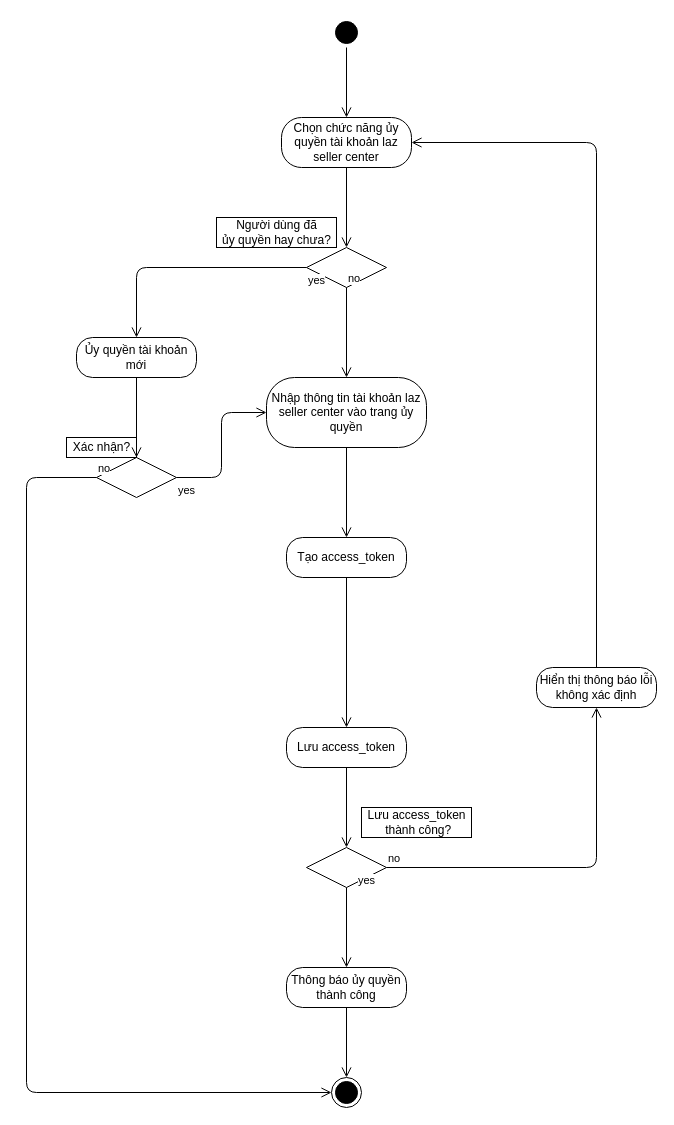
Earlier version of the draw.io diagram long/Activity_Diagram_Authorization.drawio (xxminhmie/override-project-document). Source tidied: cells renumbered, new cells numbered last; positions are measured from the earlier drawing's top-left corner, leaving out a move shared by most shapes. Both pictures are drawn from the tidied source at 100%, with x=0, y=0 at pixel (26, 17).
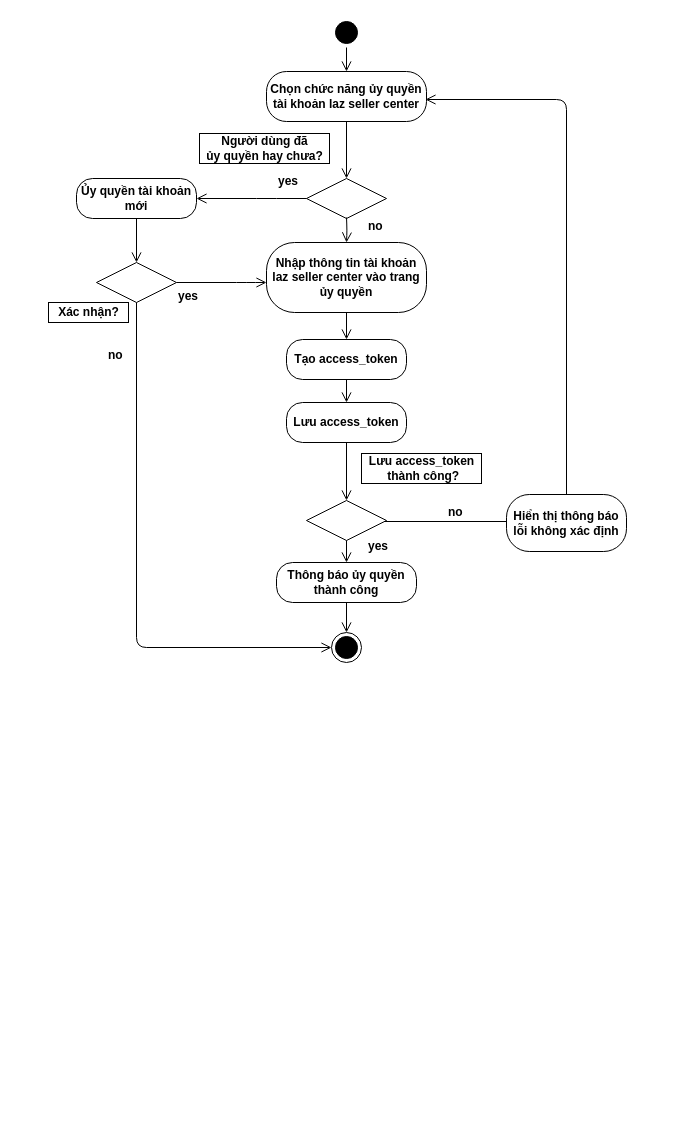
After the change.

What changed in the source:
```diff
@@
-    <mxCell id="2" style="ellipse;html=1;shape=startState;fillColor=#000000;" parent="1" vertex="1">
+    <mxCell id="2" style="ellipse;html=1;shape=startState;fillColor=#000000;fontSize=12;fontStyle=1;fontFamily=Helvetica;" parent="1" vertex="1">
       <mxGeometry x="305" width="30" height="30" as="geometry" />
     </mxCell>
-    <mxCell id="3" style="edgeStyle=orthogonalEdgeStyle;html=1;verticalAlign=bottom;endArrow=open;endSize=8;entryX=0.5;entryY=0;entryDx=0;entryDy=0;" parent="1" edge="1" source="2" target="5">
+    <mxCell id="3" style="edgeStyle=orthogonalEdgeStyle;html=1;verticalAlign=bottom;endArrow=open;endSize=8;entryX=0.5;entryY=0;entryDx=0;entryDy=0;fontSize=12;fontStyle=1;fontFamily=Helvetica;" parent="1" edge="1" source="2" target="5">
       <mxGeometry relative="1" as="geometry" />
     </mxCell>
-    <mxCell id="4" style="ellipse;html=1;shape=endState;fillColor=#000000;" parent="1" vertex="1">
-      <mxGeometry x="305" y="1060" width="30" height="30" as="geometry" />
-    </mxCell>
-    <mxCell id="5" value="Chọn chức năng ủy quyền tài khoản laz seller center" style="rounded=1;whiteSpace=wrap;html=1;arcSize=40;fontColor=#000000;fillColor=#FFFFFF;" parent="1" vertex="1">
-      <mxGeometry x="255" y="100" width="130" height="50" as="geometry" />
+    <mxCell id="5" value="Chọn chức năng ủy quyền tài khoản laz seller center" style="rounded=1;whiteSpace=wrap;html=1;arcSize=40;fontColor=#000000;fillColor=#FFFFFF;fontSize=12;fontStyle=1;fontFamily=Helvetica;" parent="1" vertex="1">
+      <mxGeometry x="240" y="54" width="160" height="50" as="geometry" />
     </mxCell>
-    <mxCell id="6" style="edgeStyle=orthogonalEdgeStyle;html=1;verticalAlign=bottom;endArrow=open;endSize=8;entryX=0.5;entryY=0;entryDx=0;entryDy=0;" parent="1" edge="1" source="5" target="7">
+    <mxCell id="6" style="edgeStyle=orthogonalEdgeStyle;html=1;verticalAlign=bottom;endArrow=open;endSize=8;entryX=0.5;entryY=0;entryDx=0;entryDy=0;fontSize=12;fontStyle=1;fontFamily=Helvetica;" parent="1" edge="1" source="5" target="7">
       <mxGeometry relative="1" as="geometry" />
     </mxCell>
-    <mxCell id="7" style="rhombus;whiteSpace=wrap;html=1;fillColor=#FFFFFF;" parent="1" vertex="1">
-      <mxGeometry x="280" y="230" width="80" height="40" as="geometry" />
+    <mxCell id="7" style="rhombus;whiteSpace=wrap;html=1;fillColor=#FFFFFF;fontSize=12;fontStyle=1;fontFamily=Helvetica;" parent="1" vertex="1">
+      <mxGeometry x="280" y="161" width="80" height="40" as="geometry" />
     </mxCell>
-    <mxCell id="8" value="no" style="edgeStyle=orthogonalEdgeStyle;html=1;align=left;verticalAlign=bottom;endArrow=open;endSize=8;" parent="1" edge="1" source="7" target="17">
-      <mxGeometry x="-1" relative="1" as="geometry" />
+    <mxCell id="8" value="no" style="edgeStyle=orthogonalEdgeStyle;html=1;align=left;verticalAlign=bottom;endArrow=open;endSize=8;fontSize=12;fontStyle=1;fontFamily=Helvetica;" parent="1" edge="1" target="17">
+      <mxGeometry x="0.5" y="20" relative="1" as="geometry">
+        <mxPoint x="320" y="200" as="sourcePoint" />
+      </mxGeometry>
     </mxCell>
-    <mxCell id="9" value="yes" style="edgeStyle=orthogonalEdgeStyle;html=1;align=left;verticalAlign=top;endArrow=open;endSize=8;entryX=0.5;entryY=0;entryDx=0;entryDy=0;" parent="1" edge="1" source="7" target="11">
-      <mxGeometry x="-1" relative="1" as="geometry" />
+    <mxCell id="9" value="yes" style="edgeStyle=orthogonalEdgeStyle;html=1;align=left;verticalAlign=top;endArrow=open;endSize=8;fontSize=12;fontStyle=1;fontFamily=Helvetica;" parent="1" edge="1" source="7">
+      <mxGeometry x="-0.45" y="-31" relative="1" as="geometry">
+        <mxPoint x="170" y="181" as="targetPoint" />
+        <Array as="points">
+          <mxPoint x="240" y="181" />
+          <mxPoint x="240" y="181" />
+        </Array>
+      </mxGeometry>
     </mxCell>
-    <mxCell id="10" value="Người dùng đã &lt;br&gt;ủy quyền hay chưa?" style="text;html=1;align=center;verticalAlign=middle;strokeColor=#000000;" parent="1" vertex="1">
-      <mxGeometry x="190" y="200" width="120" height="30" as="geometry" />
+    <mxCell id="10" value="Người dùng đã &lt;br style=&quot;font-size: 12px;&quot;&gt;ủy quyền hay chưa?" style="text;html=1;align=center;verticalAlign=middle;strokeColor=#000000;fontSize=12;fontStyle=1;fontFamily=Helvetica;" parent="1" vertex="1">
+      <mxGeometry x="173" y="116" width="130" height="30" as="geometry" />
     </mxCell>
-    <mxCell id="11" value="Ủy quyền tài khoản mới" style="rounded=1;whiteSpace=wrap;html=1;arcSize=40;fontColor=#000000;fillColor=#FFFFFF;" parent="1" vertex="1">
-      <mxGeometry x="50" y="320" width="120" height="40" as="geometry" />
+    <mxCell id="11" value="Ủy quyền tài khoản mới" style="rounded=1;whiteSpace=wrap;html=1;arcSize=40;fontColor=#000000;fillColor=#FFFFFF;fontSize=12;fontStyle=1;fontFamily=Helvetica;" parent="1" vertex="1">
+      <mxGeometry x="50" y="161" width="120" height="40" as="geometry" />
     </mxCell>
-    <mxCell id="12" style="edgeStyle=orthogonalEdgeStyle;html=1;verticalAlign=bottom;endArrow=open;endSize=8;" parent="1" edge="1" source="11" target="13">
+    <mxCell id="12" style="edgeStyle=orthogonalEdgeStyle;html=1;verticalAlign=bottom;endArrow=open;endSize=8;fontSize=12;fontStyle=1;fontFamily=Helvetica;" parent="1" edge="1" source="11" target="13">
       <mxGeometry relative="1" as="geometry" />
     </mxCell>
-    <mxCell id="13" style="rhombus;whiteSpace=wrap;html=1;fillColor=#FFFFFF;" parent="1" vertex="1">
-      <mxGeometry x="70" y="440" width="80" height="40" as="geometry" />
+    <mxCell id="13" style="rhombus;whiteSpace=wrap;html=1;fillColor=#FFFFFF;fontSize=12;fontStyle=1;fontFamily=Helvetica;" parent="1" vertex="1">
+      <mxGeometry x="70" y="245" width="80" height="40" as="geometry" />
     </mxCell>
-    <mxCell id="14" value="no" style="edgeStyle=orthogonalEdgeStyle;html=1;align=left;verticalAlign=bottom;endArrow=open;endSize=8;" parent="1" edge="1" source="13" target="4">
-      <mxGeometry x="-1" relative="1" as="geometry">
+    <mxCell id="14" value="no" style="edgeStyle=orthogonalEdgeStyle;html=1;align=left;verticalAlign=bottom;endArrow=open;endSize=8;fontSize=12;fontStyle=1;fontFamily=Helvetica;" parent="1" edge="1" source="13" target="4">
+      <mxGeometry x="-0.77" y="-30" relative="1" as="geometry">
         <Array as="points">
-          <mxPoint y="460" />
-          <mxPoint y="1075" />
+          <mxPoint x="110" y="630" />
         </Array>
       </mxGeometry>
     </mxCell>
-    <mxCell id="15" value="yes" style="edgeStyle=orthogonalEdgeStyle;html=1;align=left;verticalAlign=top;endArrow=open;endSize=8;entryX=0;entryY=0.5;entryDx=0;entryDy=0;" parent="1" edge="1" source="13" target="17">
-      <mxGeometry x="-1" relative="1" as="geometry" />
+    <mxCell id="15" value="yes" style="edgeStyle=orthogonalEdgeStyle;html=1;align=left;verticalAlign=top;endArrow=open;endSize=8;fontSize=12;fontStyle=1;fontFamily=Helvetica;" parent="1" edge="1" source="13">
+      <mxGeometry x="-1" relative="1" as="geometry">
+        <mxPoint x="240" y="265" as="targetPoint" />
+        <Array as="points">
+          <mxPoint x="220" y="265" />
+        </Array>
+      </mxGeometry>
     </mxCell>
-    <mxCell id="16" value="Xác nhận?" style="text;html=1;align=center;verticalAlign=middle;strokeColor=#000000;" parent="1" vertex="1">
-      <mxGeometry x="40" y="420" width="70" height="20" as="geometry" />
+    <mxCell id="16" value="Xác nhận?" style="text;html=1;align=center;verticalAlign=middle;strokeColor=#000000;fontSize=12;fontStyle=1;fontFamily=Helvetica;" parent="1" vertex="1">
+      <mxGeometry x="22" y="285" width="80" height="20" as="geometry" />
     </mxCell>
-    <mxCell id="17" value="Nhập thông tin tài khoản laz seller center vào trang ủy quyền" style="rounded=1;whiteSpace=wrap;html=1;arcSize=40;fontColor=#000000;fillColor=#FFFFFF;" parent="1" vertex="1">
-      <mxGeometry x="240" y="360" width="160" height="70" as="geometry" />
+    <mxCell id="17" value="Nhập thông tin tài khoản laz seller center vào trang ủy quyền" style="rounded=1;whiteSpace=wrap;html=1;arcSize=40;fontColor=#000000;fillColor=#FFFFFF;fontSize=12;fontStyle=1;fontFamily=Helvetica;" parent="1" vertex="1">
+      <mxGeometry x="240" y="225" width="160" height="70" as="geometry" />
     </mxCell>
-    <mxCell id="18" style="edgeStyle=orthogonalEdgeStyle;html=1;verticalAlign=bottom;endArrow=open;endSize=8;entryX=0.5;entryY=0;entryDx=0;entryDy=0;" parent="1" edge="1" source="17" target="19">
+    <mxCell id="18" style="edgeStyle=orthogonalEdgeStyle;html=1;verticalAlign=bottom;endArrow=open;endSize=8;entryX=0.5;entryY=0;entryDx=0;entryDy=0;fontSize=12;fontStyle=1;fontFamily=Helvetica;" parent="1" edge="1" source="17" target="19">
       <mxGeometry relative="1" as="geometry" />
     </mxCell>
-    <mxCell id="19" value="Tạo access_token" style="rounded=1;whiteSpace=wrap;html=1;arcSize=40;fontColor=#000000;fillColor=#FFFFFF;" parent="1" vertex="1">
-      <mxGeometry x="260" y="520" width="120" height="40" as="geometry" />
+    <mxCell id="19" value="Tạo access_token" style="rounded=1;whiteSpace=wrap;html=1;arcSize=40;fontColor=#000000;fillColor=#FFFFFF;fontSize=12;fontStyle=1;fontFamily=Helvetica;" parent="1" vertex="1">
+      <mxGeometry x="260" y="322" width="120" height="40" as="geometry" />
     </mxCell>
-    <mxCell id="20" style="edgeStyle=orthogonalEdgeStyle;html=1;verticalAlign=bottom;endArrow=open;endSize=8;" parent="1" edge="1" source="19" target="21">
+    <mxCell id="20" style="edgeStyle=orthogonalEdgeStyle;html=1;verticalAlign=bottom;endArrow=open;endSize=8;fontSize=12;fontStyle=1;fontFamily=Helvetica;" parent="1" edge="1" source="19" target="21">
       <mxGeometry relative="1" as="geometry" />
     </mxCell>
-    <mxCell id="21" value="Lưu access_token" style="rounded=1;whiteSpace=wrap;html=1;arcSize=40;fontColor=#000000;fillColor=#FFFFFF;" parent="1" vertex="1">
-      <mxGeometry x="260" y="710" width="120" height="40" as="geometry" />
+    <mxCell id="21" value="Lưu access_token" style="rounded=1;whiteSpace=wrap;html=1;arcSize=40;fontColor=#000000;fillColor=#FFFFFF;fontSize=12;fontStyle=1;fontFamily=Helvetica;" parent="1" vertex="1">
+      <mxGeometry x="260" y="385" width="120" height="40" as="geometry" />
     </mxCell>
-    <mxCell id="22" style="edgeStyle=orthogonalEdgeStyle;html=1;verticalAlign=bottom;endArrow=open;endSize=8;entryX=0.5;entryY=0;entryDx=0;entryDy=0;" parent="1" edge="1" source="21" target="23">
+    <mxCell id="22" style="edgeStyle=orthogonalEdgeStyle;html=1;verticalAlign=bottom;endArrow=open;endSize=8;entryX=0.5;entryY=0;entryDx=0;entryDy=0;fontSize=12;fontStyle=1;fontFamily=Helvetica;" parent="1" edge="1" source="21" target="23">
       <mxGeometry relative="1" as="geometry" />
     </mxCell>
-    <mxCell id="23" style="rhombus;whiteSpace=wrap;html=1;fillColor=#FFFFFF;" parent="1" vertex="1">
-      <mxGeometry x="280" y="830" width="80" height="40" as="geometry" />
+    <mxCell id="23" style="rhombus;whiteSpace=wrap;html=1;fillColor=#FFFFFF;fontSize=12;fontStyle=1;fontFamily=Helvetica;" parent="1" vertex="1">
+      <mxGeometry x="280" y="483" width="80" height="40" as="geometry" />
     </mxCell>
-    <mxCell id="24" value="no" style="edgeStyle=orthogonalEdgeStyle;html=1;align=left;verticalAlign=bottom;endArrow=open;endSize=8;" parent="1" edge="1" source="23" target="29">
-      <mxGeometry x="-1" relative="1" as="geometry" />
+    <mxCell id="24" value="no" style="edgeStyle=orthogonalEdgeStyle;html=1;align=left;verticalAlign=bottom;endArrow=open;endSize=8;fontSize=12;fontStyle=1;fontFamily=Helvetica;" parent="1" edge="1" source="23">
+      <mxGeometry x="-0.19" relative="1" as="geometry">
+        <mxPoint x="511" y="504" as="targetPoint" />
+        <Array as="points">
+          <mxPoint x="490" y="504" />
+        </Array>
+      </mxGeometry>
     </mxCell>
-    <mxCell id="25" value="yes" style="edgeStyle=orthogonalEdgeStyle;html=1;align=left;verticalAlign=top;endArrow=open;endSize=8;" parent="1" edge="1" source="23" target="27">
+    <mxCell id="25" value="yes" style="edgeStyle=orthogonalEdgeStyle;html=1;align=left;verticalAlign=top;endArrow=open;endSize=8;fontSize=12;fontStyle=1;fontFamily=Helvetica;" parent="1" edge="1" source="23" target="27">
       <mxGeometry x="-1" y="22" relative="1" as="geometry">
-        <mxPoint x="-12" y="-20" as="offset" />
+        <mxPoint x="-2" y="-8" as="offset" />
       </mxGeometry>
     </mxCell>
-    <mxCell id="26" value="Lưu access_token&lt;br&gt;&amp;nbsp;thành công?" style="text;html=1;align=center;verticalAlign=middle;strokeColor=#000000;" parent="1" vertex="1">
-      <mxGeometry x="335" y="790" width="110" height="30" as="geometry" />
+    <mxCell id="26" value="Lưu access_token&lt;br style=&quot;font-size: 12px;&quot;&gt;&amp;nbsp;thành công?" style="text;html=1;align=center;verticalAlign=middle;strokeColor=#000000;fontSize=12;fontStyle=1;fontFamily=Helvetica;" parent="1" vertex="1">
+      <mxGeometry x="335" y="436" width="120" height="30" as="geometry" />
     </mxCell>
-    <mxCell id="27" value="Thông báo ủy quyền thành công" style="rounded=1;whiteSpace=wrap;html=1;arcSize=40;fontColor=#000000;fillColor=#FFFFFF;" parent="1" vertex="1">
-      <mxGeometry x="260" y="950" width="120" height="40" as="geometry" />
+    <mxCell id="27" value="Thông báo ủy quyền thành công" style="rounded=1;whiteSpace=wrap;html=1;arcSize=40;fontColor=#000000;fillColor=#FFFFFF;fontSize=12;fontStyle=1;fontFamily=Helvetica;" parent="1" vertex="1">
+      <mxGeometry x="250" y="545" width="140" height="40" as="geometry" />
     </mxCell>
-    <mxCell id="28" style="edgeStyle=orthogonalEdgeStyle;html=1;verticalAlign=bottom;endArrow=open;endSize=8;" parent="1" edge="1" source="27" target="4">
-      <mxGeometry relative="1" as="geometry" />
-    </mxCell>
-    <mxCell id="29" value="Hiển thị thông báo lỗi không xác định" style="rounded=1;whiteSpace=wrap;html=1;arcSize=40;fontColor=#000000;fillColor=#FFFFFF;" parent="1" vertex="1">
-      <mxGeometry x="510" y="650" width="120" height="40" as="geometry" />
+    <mxCell id="29" value="Hiển thị thông báo lỗi không xác định" style="rounded=1;whiteSpace=wrap;html=1;arcSize=40;fontColor=#000000;fillColor=#FFFFFF;fontSize=12;fontStyle=1;fontFamily=Helvetica;" parent="1" vertex="1">
+      <mxGeometry x="480" y="477" width="120" height="57" as="geometry" />
     </mxCell>
-    <mxCell id="30" style="edgeStyle=orthogonalEdgeStyle;html=1;verticalAlign=bottom;endArrow=open;endSize=8;entryX=1;entryY=0.5;entryDx=0;entryDy=0;" parent="1" edge="1" source="29" target="5">
+    <mxCell id="30" style="edgeStyle=orthogonalEdgeStyle;html=1;verticalAlign=bottom;endArrow=open;endSize=8;fontSize=12;exitX=0.5;exitY=0;exitDx=0;exitDy=0;fontStyle=1;fontFamily=Helvetica;" parent="1" edge="1" source="29">
       <mxGeometry relative="1" as="geometry">
+        <mxPoint x="399" y="82" as="targetPoint" />
         <Array as="points">
-          <mxPoint x="570" y="125" />
+          <mxPoint x="540" y="82" />
         </Array>
       </mxGeometry>
     </mxCell>
+    <mxCell id="4" style="ellipse;html=1;shape=endState;fillColor=#000000;fontSize=12;fontStyle=1;fontFamily=Helvetica;" parent="1" vertex="1">
+      <mxGeometry x="305" y="615" width="30" height="30" as="geometry" />
+    </mxCell>
+    <mxCell id="28" style="edgeStyle=orthogonalEdgeStyle;html=1;verticalAlign=bottom;endArrow=open;endSize=8;fontSize=12;fontStyle=1;fontFamily=Helvetica;" parent="1" edge="1" source="27" target="4">
+      <mxGeometry relative="1" as="geometry" />
+    </mxCell>
```
